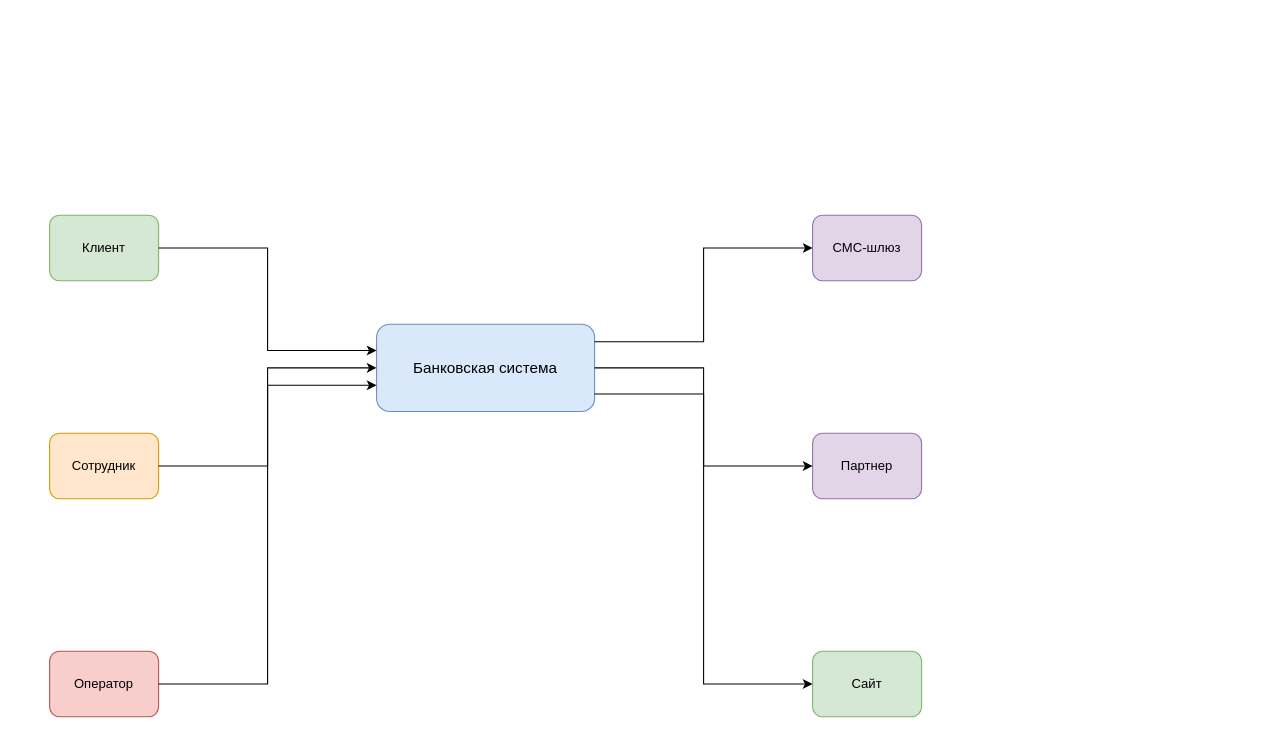
Earlier version of the draw.io diagram Task3/Context_Diagram.drawio (Mkuzya/architecture-standart). Source tidied: cells renumbered, new cells numbered last; positions are measured from the earlier drawing's top-left corner, leaving out a move shared by most shapes. Both pictures are drawn from the tidied source at 109%, with x=0, y=0 at pixel (49, 215).
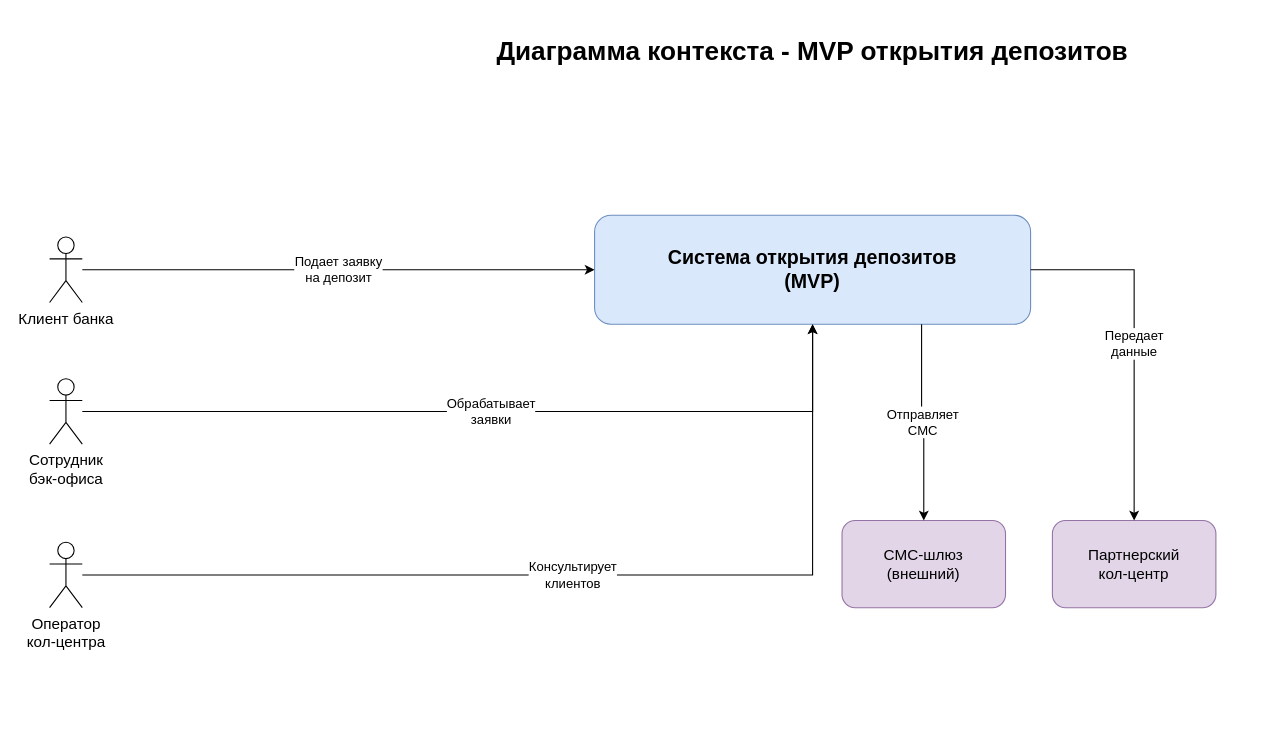
The same diagram, later.

The edit, as a diff of the source:
```diff
@@
 <mxGraphModel>
   <root>
     <mxCell id="0" />
     <mxCell id="1" parent="0" />
-    <mxCell id="2" value="Банковская система" style="rounded=1;whiteSpace=wrap;html=1;fillColor=#dae8fc;strokeColor=#6c8ebf;fontSize=14;" parent="1" vertex="1">
-      <mxGeometry x="300" y="100" width="200" height="80" as="geometry" />
-    </mxCell>
-    <mxCell id="3" value="Клиент" style="rounded=1;whiteSpace=wrap;html=1;fillColor=#d5e8d4;strokeColor=#82b366;fontSize=12;" parent="1" vertex="1">
-      <mxGeometry width="100" height="60" as="geometry" />
-    </mxCell>
-    <mxCell id="4" value="Сотрудник" style="rounded=1;whiteSpace=wrap;html=1;fillColor=#ffe6cc;strokeColor=#d79b00;fontSize=12;" parent="1" vertex="1">
-      <mxGeometry y="200" width="100" height="60" as="geometry" />
-    </mxCell>
-    <mxCell id="5" value="Оператор" style="rounded=1;whiteSpace=wrap;html=1;fillColor=#f8cecc;strokeColor=#b85450;fontSize=12;" parent="1" vertex="1">
-      <mxGeometry y="400" width="100" height="60" as="geometry" />
-    </mxCell>
-    <mxCell id="6" value="СМС-шлюз" style="rounded=1;whiteSpace=wrap;html=1;fillColor=#e1d5e7;strokeColor=#9673a6;fontSize=12;" parent="1" vertex="1">
-      <mxGeometry x="700" width="100" height="60" as="geometry" />
-    </mxCell>
-    <mxCell id="7" value="Партнер" style="rounded=1;whiteSpace=wrap;html=1;fillColor=#e1d5e7;strokeColor=#9673a6;fontSize=12;" parent="1" vertex="1">
-      <mxGeometry x="700" y="200" width="100" height="60" as="geometry" />
-    </mxCell>
-    <mxCell id="8" value="Сайт" style="rounded=1;whiteSpace=wrap;html=1;fillColor=#d5e8d4;strokeColor=#82b366;fontSize=12;" parent="1" vertex="1">
-      <mxGeometry x="700" y="400" width="100" height="60" as="geometry" />
-    </mxCell>
-    <mxCell id="9" style="edgeStyle=orthogonalEdgeStyle;rounded=0;jettySize=auto;html=1;exitX=1;exitY=0.5;exitDx=0;exitDy=0;entryX=0;entryY=0.3;entryDx=0;entryDy=0;" parent="1" edge="1" source="3" target="2">
-      <mxGeometry relative="1" as="geometry" />
-    </mxCell>
-    <mxCell id="10" style="edgeStyle=orthogonalEdgeStyle;rounded=0;jettySize=auto;html=1;exitX=1;exitY=0.5;exitDx=0;exitDy=0;entryX=0;entryY=0.5;entryDx=0;entryDy=0;" parent="1" edge="1" source="4" target="2">
-      <mxGeometry relative="1" as="geometry" />
-    </mxCell>
-    <mxCell id="11" style="edgeStyle=orthogonalEdgeStyle;rounded=0;jettySize=auto;html=1;exitX=1;exitY=0.5;exitDx=0;exitDy=0;entryX=0;entryY=0.7;entryDx=0;entryDy=0;" parent="1" edge="1" source="5" target="2">
-      <mxGeometry relative="1" as="geometry" />
-    </mxCell>
-    <mxCell id="12" style="edgeStyle=orthogonalEdgeStyle;rounded=0;jettySize=auto;html=1;exitX=1;exitY=0.2;exitDx=0;exitDy=0;entryX=0;entryY=0.5;entryDx=0;entryDy=0;" parent="1" edge="1" source="2" target="6">
-      <mxGeometry relative="1" as="geometry" />
-    </mxCell>
-    <mxCell id="13" style="edgeStyle=orthogonalEdgeStyle;rounded=0;jettySize=auto;html=1;exitX=1;exitY=0.5;exitDx=0;exitDy=0;entryX=0;entryY=0.5;entryDx=0;entryDy=0;" parent="1" edge="1" source="2" target="7">
-      <mxGeometry relative="1" as="geometry" />
-    </mxCell>
-    <mxCell id="14" style="edgeStyle=orthogonalEdgeStyle;rounded=0;jettySize=auto;html=1;exitX=1;exitY=0.8;exitDx=0;exitDy=0;entryX=0;entryY=0.5;entryDx=0;entryDy=0;" parent="1" edge="1" source="2" target="8">
-      <mxGeometry relative="1" as="geometry" />
-    </mxCell>
+    <mxCell id="15" value="Диаграмма контекста - MVP открытия депозитов" style="text;html=1;align=center;verticalAlign=middle;whiteSpace=wrap;rounded=0;fontSize=24;fontStyle=1;" parent="1" vertex="1">
+      <mxGeometry x="300" y="-180" width="800" height="60" as="geometry" />
+    </mxCell>
+    <mxCell id="16" value="Система открытия депозитов&lt;div&gt;(MVP)&lt;/div&gt;" style="rounded=1;whiteSpace=wrap;html=1;fillColor=#dae8fc;strokeColor=#6c8ebf;fontSize=18;fontStyle=1;" parent="1" vertex="1">
+      <mxGeometry x="500" width="400" height="100" as="geometry" />
+    </mxCell>
+    <mxCell id="17" value="Клиент банка" style="shape=umlActor;verticalLabelPosition=bottom;verticalAlign=top;html=1;outlineConnect=0;fontSize=14;" parent="1" vertex="1">
+      <mxGeometry y="20" width="30" height="60" as="geometry" />
+    </mxCell>
+    <mxCell id="18" value="Сотрудник&lt;div&gt;бэк-офиса&lt;/div&gt;" style="shape=umlActor;verticalLabelPosition=bottom;verticalAlign=top;html=1;outlineConnect=0;fontSize=14;" parent="1" vertex="1">
+      <mxGeometry y="150" width="30" height="60" as="geometry" />
+    </mxCell>
+    <mxCell id="19" value="Оператор&lt;div&gt;кол-центра&lt;/div&gt;" style="shape=umlActor;verticalLabelPosition=bottom;verticalAlign=top;html=1;outlineConnect=0;fontSize=14;" parent="1" vertex="1">
+      <mxGeometry y="300" width="30" height="60" as="geometry" />
+    </mxCell>
+    <mxCell id="20" value="СМС-шлюз&lt;div&gt;(внешний)&lt;/div&gt;" style="rounded=1;whiteSpace=wrap;html=1;fillColor=#e1d5e7;strokeColor=#9673a6;fontSize=14;" parent="1" vertex="1">
+      <mxGeometry x="727" y="280" width="150" height="80" as="geometry" />
+    </mxCell>
+    <mxCell id="21" value="Партнерский&lt;div&gt;кол-центр&lt;/div&gt;" style="rounded=1;whiteSpace=wrap;html=1;fillColor=#e1d5e7;strokeColor=#9673a6;fontSize=14;" parent="1" vertex="1">
+      <mxGeometry x="920" y="280" width="150" height="80" as="geometry" />
+    </mxCell>
+    <mxCell id="22" value="Подает заявку&lt;div&gt;на депозит&lt;/div&gt;" style="edgeStyle=orthogonalEdgeStyle;rounded=0;jettySize=auto;html=1;fontSize=12;" parent="1" edge="1" source="17" target="16">
+      <mxGeometry relative="1" as="geometry" />
+    </mxCell>
+    <mxCell id="23" value="Обрабатывает&lt;div&gt;заявки&lt;/div&gt;" style="edgeStyle=orthogonalEdgeStyle;rounded=0;jettySize=auto;html=1;fontSize=12;" parent="1" edge="1" source="18" target="16">
+      <mxGeometry relative="1" as="geometry" />
+    </mxCell>
+    <mxCell id="24" value="Консультирует&lt;div&gt;клиентов&lt;/div&gt;" style="edgeStyle=orthogonalEdgeStyle;rounded=0;jettySize=auto;html=1;fontSize=12;" parent="1" edge="1" source="19" target="16">
+      <mxGeometry relative="1" as="geometry" />
+    </mxCell>
+    <mxCell id="25" value="Отправляет&lt;div&gt;СМС&lt;/div&gt;" style="edgeStyle=orthogonalEdgeStyle;rounded=0;jettySize=auto;html=1;fontSize=12;exitX=0.75;exitY=1;exitDx=0;exitDy=0;" parent="1" edge="1" source="16" target="20">
+      <mxGeometry relative="1" as="geometry" />
+    </mxCell>
+    <mxCell id="26" value="Передает&lt;div&gt;данные&lt;/div&gt;" style="edgeStyle=orthogonalEdgeStyle;rounded=0;jettySize=auto;html=1;fontSize=12;" parent="1" edge="1" source="16" target="21">
+      <mxGeometry relative="1" as="geometry" />
+    </mxCell>
   </root>
 </mxGraphModel>
```
